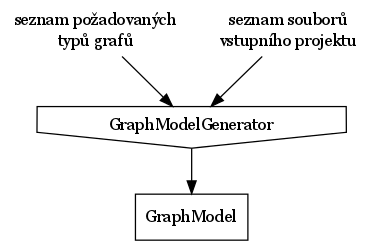
macekond/ismath keeps this Graphviz diagram as archval/thesis/graphs/graph_generator_io_graph.png. Above is the earlier version. Its source is kept beside it as archval/thesis/graphs/graph_generator_io_graph.dot. Source of this version:
```dot
digraph GraphModelGeneratorManagerIOGraph {

    graph[dpi=92];
    node[fontsize=13,fontname=Georgia,shape=box];
    edge[fontsize=13,fontname=Georgia];

    GraphTypes[
        shape="plaintext",
        label="seznam požadovaných\ntypů grafů"
    ];
    GraphGenerator[
        shape="invhouse",
	label="GraphModelGenerator"
    ];
    GraphModel[
        label="GraphModel"
    ];
    InputProject[
        shape="plaintext",
        label="seznam souborů\nvstupního projektu"
    ];

    GraphTypes -> GraphGenerator;
    InputProject -> GraphGenerator;
    GraphGenerator -> GraphModel;
};
```
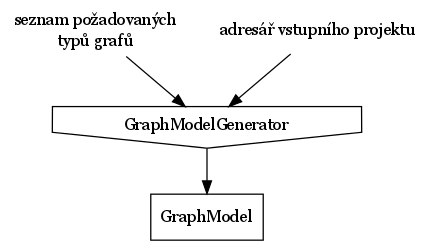
Above is the later version.

The edit, as a diff of the source:
```diff
@@ -17,7 +17,7 @@
     ];
     InputProject[
         shape="plaintext",
-        label="seznam souborů\nvstupního projektu"
+        label="adresář vstupního projektu"
     ];
 
     GraphTypes -> GraphGenerator;
```
